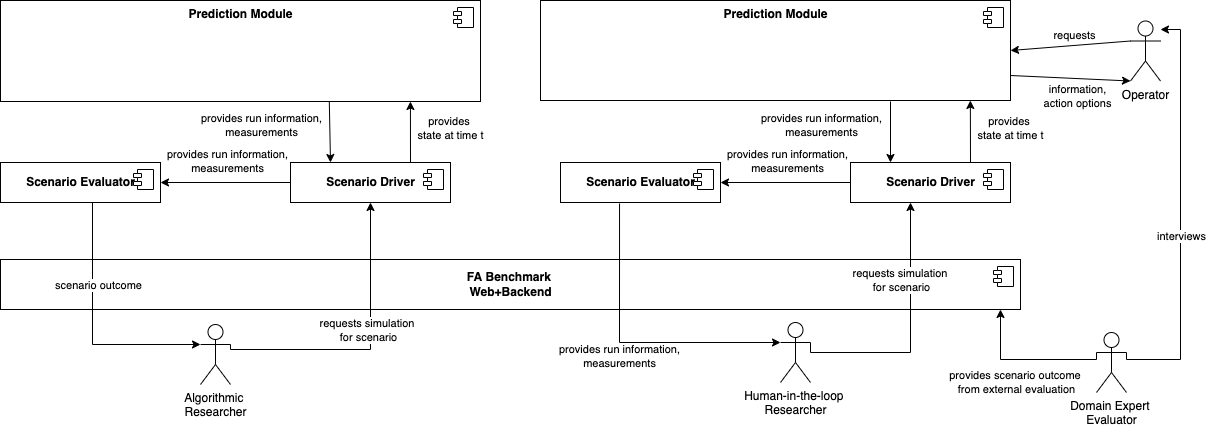
Above: docs/img/readme/Closed_and_Interactive_Loop_Eval.drawio.png in flatland-association/flatland-benchmarks (draw.io), before the change. Source tidied: cells renumbered, new cells last; positions are measured from the earlier drawing's top-left corner, leaving out a move shared by most shapes.
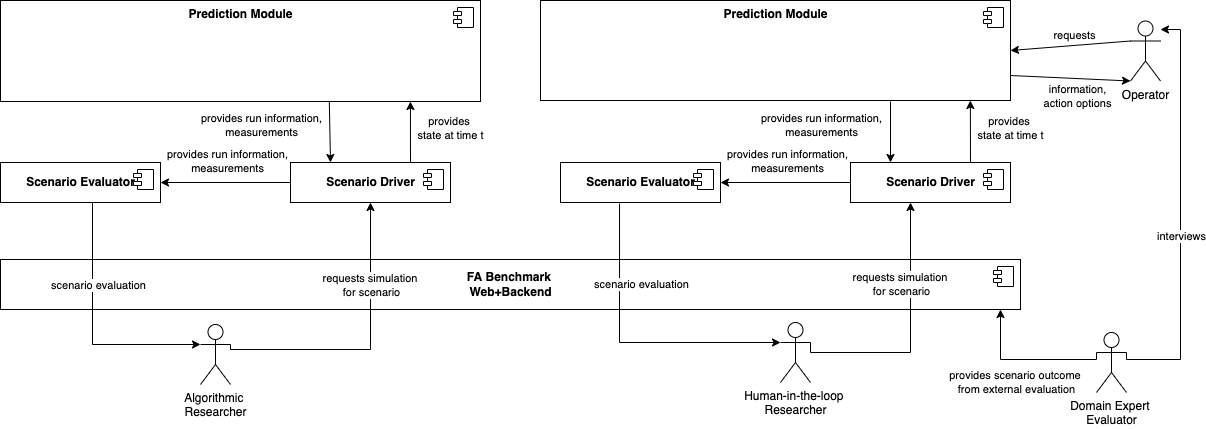
Later version of the same file.

Commit message:
Simplify closed and interactive loop eval.

The edit, as a diff of the source:
```diff
@@ -38,7 +38,9 @@
       </mxGeometry>
     </mxCell>
     <mxCell id="10" value="requests simulation&amp;nbsp;&lt;br&gt;for scenario" style="edgeLabel;html=1;align=center;verticalAlign=middle;" parent="9" vertex="1">
-      <mxGeometry x="-0.13" y="-3" relative="1" as="geometry" />
+      <mxGeometry x="-0.13" y="-3" relative="1" as="geometry">
+        <mxPoint x="3" y="-45" as="offset" />
+      </mxGeometry>
     </mxCell>
     <mxCell id="11" value="Human-in-the-loop &lt;br&gt;Researcher" style="shape=umlActor;verticalLabelPosition=bottom;verticalAlign=top;html=1;outlineConnect=0;" parent="1" vertex="1">
       <mxGeometry x="780" y="322" width="30" height="60" as="geometry" />
@@ -64,7 +66,7 @@
         </Array>
       </mxGeometry>
     </mxCell>
-    <mxCell id="17" value="scenario outcome" style="edgeLabel;html=1;align=center;verticalAlign=middle;" parent="16" vertex="1">
+    <mxCell id="17" value="scenario evaluation" style="edgeLabel;html=1;align=center;verticalAlign=middle;" parent="16" vertex="1">
       <mxGeometry x="0.33" y="3" relative="1" as="geometry">
         <mxPoint x="-12" y="-57" as="offset" />
       </mxGeometry>
@@ -79,7 +81,7 @@
     </mxCell>
     <mxCell id="19" value="requests simulation&amp;nbsp;&lt;br&gt;for scenario" style="edgeLabel;html=1;align=center;verticalAlign=middle;" parent="18" vertex="1">
       <mxGeometry x="-0.49" y="2" relative="1" as="geometry">
-        <mxPoint x="-12" y="10" as="offset" />
+        <mxPoint x="-12" y="14" as="offset" />
       </mxGeometry>
     </mxCell>
     <mxCell id="20" style="endArrow=classic;startArrow=none;html=1;rounded=0;edgeStyle=orthogonalEdgeStyle;startFill=0;endFill=1;entryX=0;entryY=0.3333333333333333;entryDx=0;entryDy=0;entryPerimeter=0;exitX=0.369;exitY=1.025;exitDx=0;exitDy=0;exitPerimeter=0;" parent="1" edge="1" source="40" target="11">
@@ -89,9 +91,9 @@
         </Array>
       </mxGeometry>
     </mxCell>
-    <mxCell id="21" value="provides run information,&lt;br&gt;measurements" style="edgeLabel;html=1;align=center;verticalAlign=middle;" parent="20" vertex="1">
+    <mxCell id="21" value="scenario evaluation" style="edgeLabel;html=1;align=center;verticalAlign=middle;" parent="20" vertex="1">
       <mxGeometry x="-0.58" y="-1" relative="1" as="geometry">
-        <mxPoint y="90" as="offset" />
+        <mxPoint x="22" y="18" as="offset" />
       </mxGeometry>
     </mxCell>
     <mxCell id="22" style="endArrow=classic;html=1;rounded=0;exitX=1;exitY=0.75;exitDx=0;exitDy=0;entryX=0;entryY=1;entryDx=0;entryDy=0;entryPerimeter=0;" parent="1" edge="1" source="6" target="12">
```
